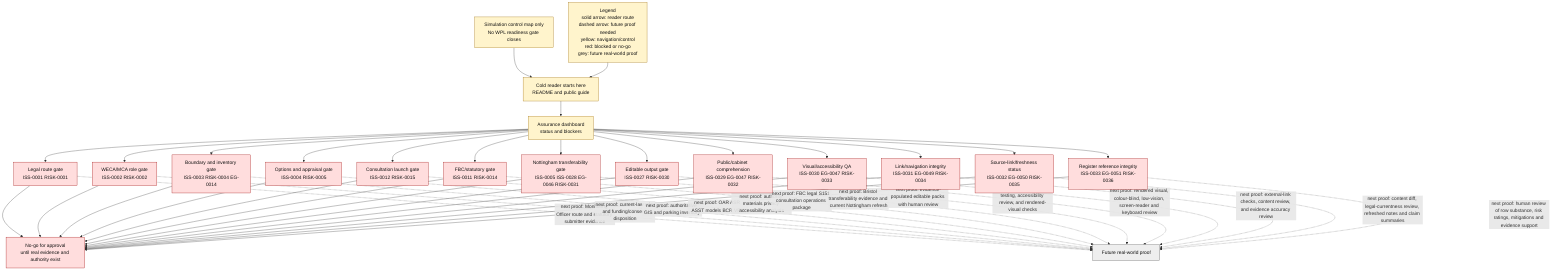
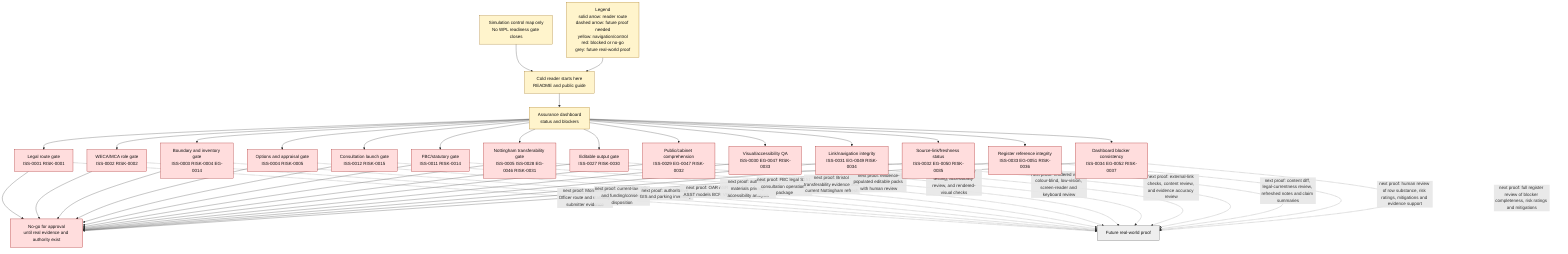
flowchart TD
    Caption["Simulation control map only<br/>No WPL readiness gate closes"]
    Legend["Legend<br/>solid arrow: reader route<br/>dashed arrow: future proof needed<br/>yellow: navigation/control<br/>red: blocked or no-go<br/>grey: future real-world proof"]
    Caption --> Start
    Legend --> Start
    Start["Cold reader starts here<br/>README and public guide"] --> Dash["Assurance dashboard<br/>status and blockers"]
    Dash --> Legal["Legal route gate<br/>ISS-0001 RISK-0001"]
    Dash --> WECA["WECA/MCA role gate<br/>ISS-0002 RISK-0002"]
    Dash --> Spatial["Boundary and inventory gate<br/>ISS-0003 RISK-0004 EG-0014"]
    Dash --> Appraisal["Options and appraisal gate<br/>ISS-0004 RISK-0005"]
    Dash --> Consult["Consultation launch gate<br/>ISS-0012 RISK-0015"]
    Dash --> FBC["FBC/statutory gate<br/>ISS-0011 RISK-0014"]
    Dash --> Nottingham["Nottingham transferability gate<br/>ISS-0005 ISS-0028 EG-0046 RISK-0031"]
    Dash --> Authoring["Editable output gate<br/>ISS-0027 RISK-0030"]
    Dash --> Comprehension["Public/cabinet comprehension<br/>ISS-0029 EG-0047 RISK-0032"]
    Dash --> VisualQA["Visual/accessibility QA<br/>ISS-0030 EG-0047 RISK-0033"]
    Dash --> NavigationQA["Link/navigation integrity<br/>ISS-0031 EG-0049 RISK-0034"]
    Dash --> SourceFreshness["Source-link/freshness status<br/>ISS-0032 EG-0050 RISK-0035"]
    Dash --> RegisterIntegrity["Register reference integrity<br/>ISS-0033 EG-0051 RISK-0036"]
+     Dash --> DashboardConsistency["Dashboard blocker consistency<br/>ISS-0034 EG-0052 RISK-0037"]

    Legal --> NoGo["No-go for approval<br/>until real evidence and authority exist"]
    WECA --> NoGo
    Spatial --> NoGo
    Appraisal --> NoGo
    Consult --> NoGo
    FBC --> NoGo
    Nottingham --> NoGo
    Authoring --> NoGo
    Comprehension --> NoGo
    VisualQA --> NoGo
    NavigationQA --> NoGo
    SourceFreshness --> NoGo
    RegisterIntegrity --> NoGo
+     DashboardConsistency --> NoGo

    Legal -. "next proof: Monitoring Officer route and statutory submitter evidence" .-> Proof["Future real-world proof"]
    WECA -. "next proof: current-law role and funding/consent disposition" .-> Proof
    Spatial -. "next proof: authoritative GIS and parking inventory" .-> Proof
    Appraisal -. "next proof: OAR ASR ASST models BCR VFM" .-> Proof
    Consult -. "next proof: authority materials privacy accessibility analysis" .-> Proof
    FBC -. "next proof: FBC legal S151 consultation operations package" .-> Proof
    Nottingham -. "next proof: Bristol transferability evidence and current Nottingham refresh" .-> Proof
    Authoring -. "next proof: evidence-populated editable packs with human review" .-> Proof
    Comprehension -. "next proof: cold-reader testing, accessibility review, and rendered-visual checks" .-> Proof
    VisualQA -. "next proof: rendered visual, colour-blind, low-vision, screen-reader and keyboard review" .-> Proof
    NavigationQA -. "next proof: external-link checks, content review, and evidence accuracy review" .-> Proof
    SourceFreshness -. "next proof: content diff, legal-currentness review, refreshed notes and claim summaries" .-> Proof
    RegisterIntegrity -. "next proof: human review of row substance, risk ratings, mitigations and evidence support" .-> Proof
+     DashboardConsistency -. "next proof: full register review of blocker completeness, risk ratings and mitigations" .-> Proof

    classDef start fill:#ddf4ff,stroke:#005f99,color:#111111;
    classDef blocked fill:#ffdddd,stroke:#990000,color:#111111;
    classDef guide fill:#fff4cc,stroke:#996600,color:#111111;
    classDef future fill:#eeeeee,stroke:#555555,color:#111111;

    class Start,Dash,Caption,Legend guide;
-     class Legal,WECA,Spatial,Appraisal,Consult,FBC,Nottingham,Authoring,Comprehension,VisualQA,NavigationQA,SourceFreshness,RegisterIntegrity,NoGo blocked;
+     class Legal,WECA,Spatial,Appraisal,Consult,FBC,Nottingham,Authoring,Comprehension,VisualQA,NavigationQA,SourceFreshness,RegisterIntegrity,DashboardConsistency,NoGo blocked;
    class Proof future;
